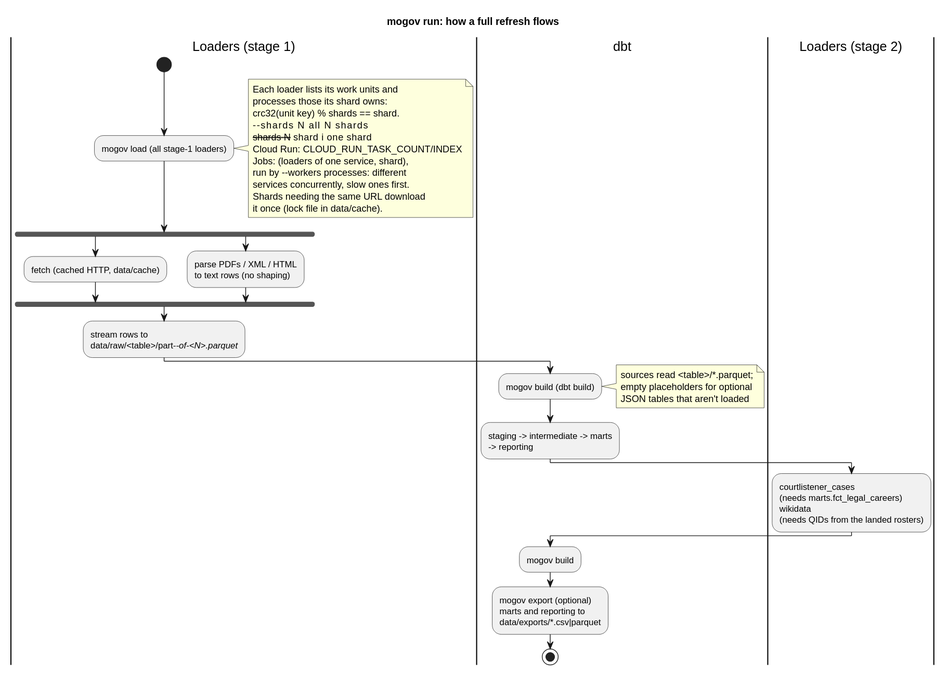
Before: docs/diagrams/pipeline.svg, a diagram exported from PlantUML (akettmann/missouri_gov_feed). Its source is kept beside it as docs/diagrams/pipeline.puml.
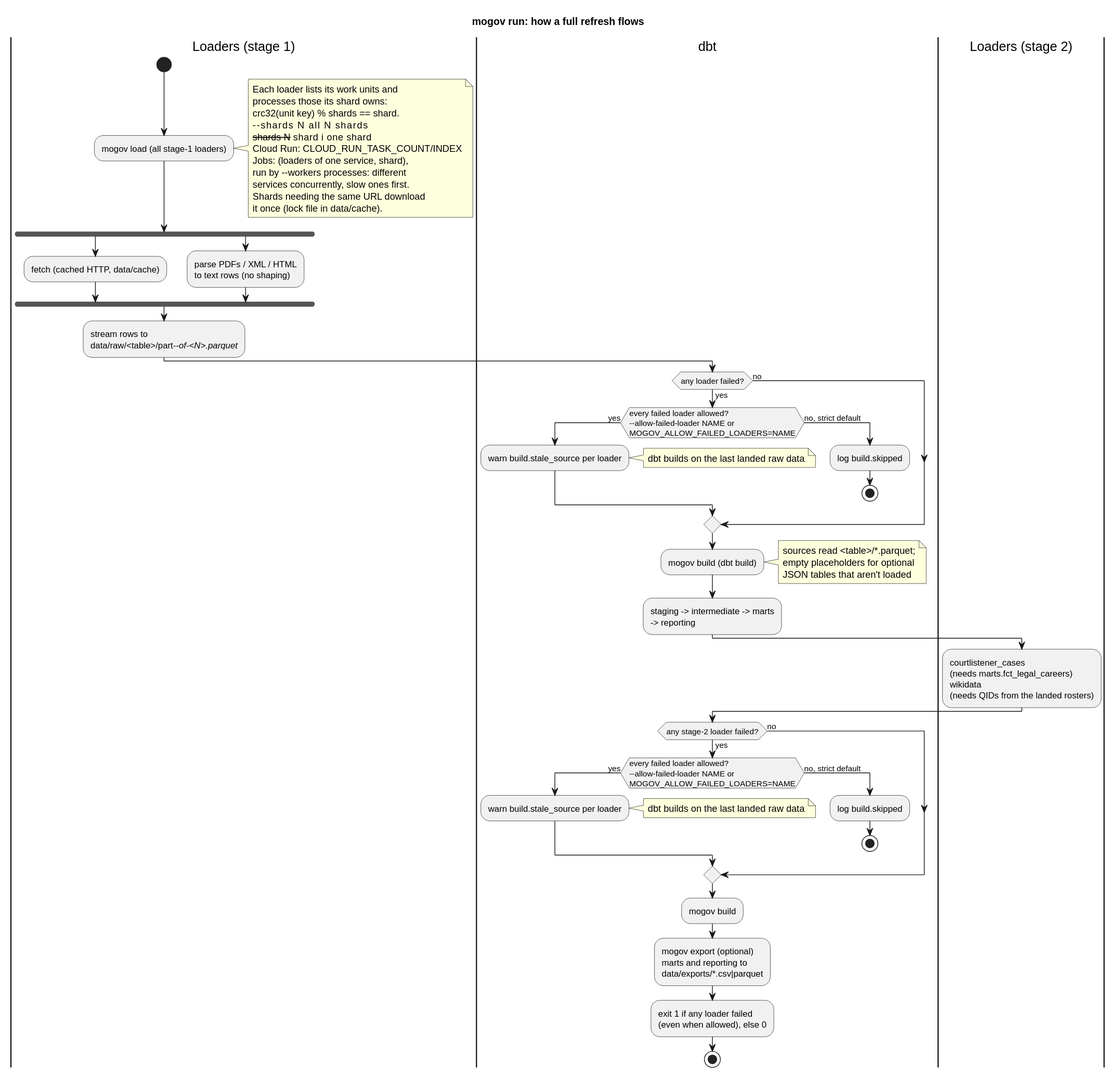
After the change.

Commit message:
Follow-ups for the mogov run failed-loader gate (#191)

Change to the diagram source:
```diff
@@ -27,6 +27,18 @@
 data/raw/<table>/part-<i>-of-<N>.parquet;
 
 |dbt|
+if (any loader failed?) then (yes)
+  if (every failed loader allowed?
+--allow-failed-loader NAME or
+MOGOV_ALLOW_FAILED_LOADERS=NAME) then (yes)
+    :warn build.stale_source per loader;
+    note right: dbt builds on the last landed raw data
+  else (no, strict default)
+    :log build.skipped;
+    stop
+  endif
+else (no)
+endif
 :mogov build (dbt build);
 note right
   sources read <table>/*.parquet;
@@ -43,9 +55,23 @@
 (needs QIDs from the landed rosters);
 
 |dbt|
+if (any stage-2 loader failed?) then (yes)
+  if (every failed loader allowed?
+--allow-failed-loader NAME or
+MOGOV_ALLOW_FAILED_LOADERS=NAME) then (yes)
+    :warn build.stale_source per loader;
+    note right: dbt builds on the last landed raw data
+  else (no, strict default)
+    :log build.skipped;
+    stop
+  endif
+else (no)
+endif
 :mogov build;
 :mogov export (optional)
 marts and reporting to
 data/exports/*.csv|parquet;
+:exit 1 if any loader failed
+(even when allowed), else 0;
 stop
 @enduml
```
